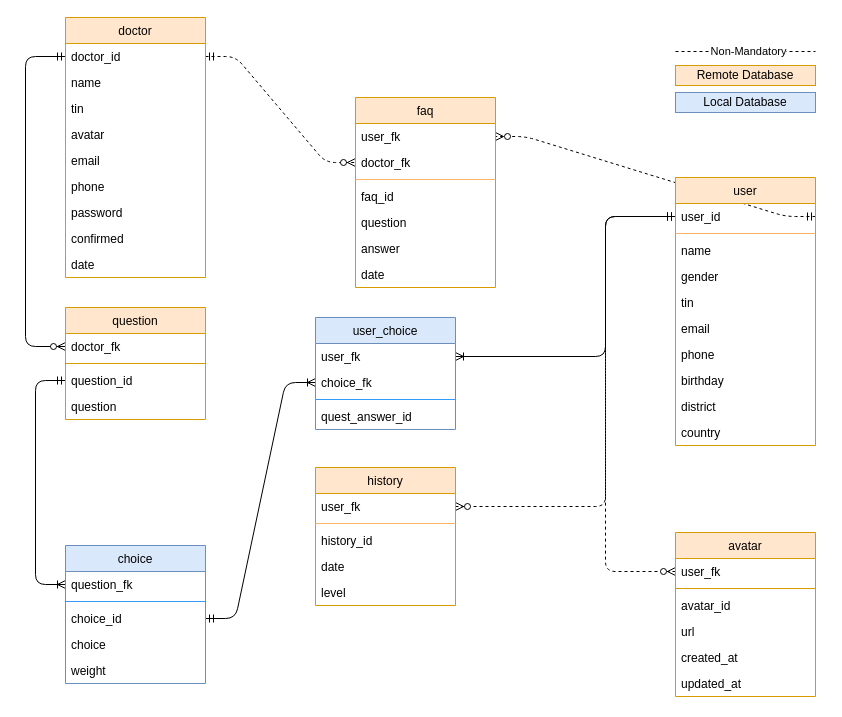
Above: page "er_model" (1 of 2) of documentation/draw.drawio in agostinhoramos/Testing_COVID_19 (draw.io), before the change. Source tidied: cells renumbered, new cells numbered last; positions are measured from the earlier drawing's top-left corner, leaving out a move shared by most shapes. Both pictures are drawn from the tidied source at 100%, with x=0, y=0 at pixel (25, 17).
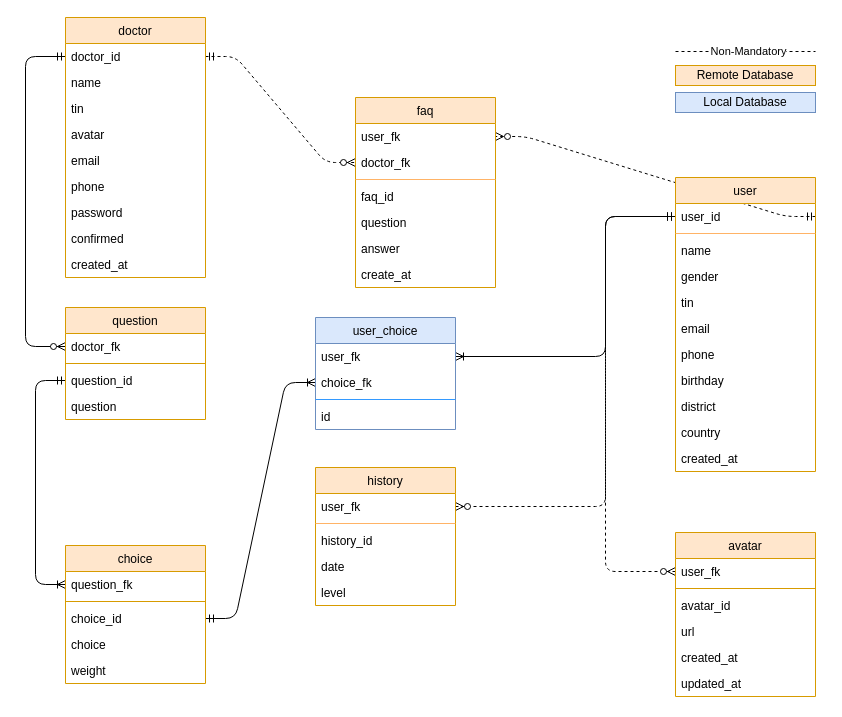
Above is the later version.

Unchanged cells that the change refers to:
```xml
<mxCell id="9" value="doctor" style="swimlane;fontStyle=0;horizontal=1;startSize=26;fillColor=#ffe6cc;strokeColor=#d79b00;" parent="1" vertex="1">
  <mxGeometry x="40" width="140" height="260" as="geometry" />
</mxCell>
<mxCell id="19" value="faq" style="swimlane;fontStyle=0;horizontal=1;startSize=26;fillColor=#ffe6cc;strokeColor=#d79b00;" parent="1" vertex="1">
  <mxGeometry x="330" y="80" width="140" height="190" as="geometry" />
</mxCell>
<mxCell id="33" value="user_choice" style="swimlane;fontStyle=0;horizontal=1;startSize=26;fillColor=#dae8fc;strokeColor=#6c8ebf;" parent="1" vertex="1">
  <mxGeometry x="290" y="300" width="140" height="112" as="geometry" />
</mxCell>
```

The edit, as a diff of the source:
```diff
@@
-    <mxCell id="18" value="date" style="text;strokeColor=none;fillColor=none;align=left;verticalAlign=top;spacingLeft=4;spacingRight=4;overflow=hidden;" parent="9" vertex="1">
+    <mxCell id="18" value="created_at" style="text;strokeColor=none;fillColor=none;align=left;verticalAlign=top;spacingLeft=4;spacingRight=4;overflow=hidden;" parent="9" vertex="1">
       <mxGeometry y="234" width="140" height="26" as="geometry" />
     </mxCell>
@@
-    <mxCell id="26" value="date" style="text;strokeColor=none;fillColor=none;align=left;verticalAlign=top;spacingLeft=4;spacingRight=4;overflow=hidden;" parent="19" vertex="1">
+    <mxCell id="26" value="create_at" style="text;strokeColor=none;fillColor=none;align=left;verticalAlign=top;spacingLeft=4;spacingRight=4;overflow=hidden;" parent="19" vertex="1">
       <mxGeometry y="164" width="140" height="26" as="geometry" />
     </mxCell>
-    <mxCell id="27" value="choice" style="swimlane;fontStyle=0;horizontal=1;startSize=26;fillColor=#dae8fc;strokeColor=#6c8ebf;" parent="1" vertex="1">
+    <mxCell id="27" value="choice" style="swimlane;fontStyle=0;horizontal=1;startSize=26;fillColor=#ffe6cc;strokeColor=#d79b00;" parent="1" vertex="1">
       <mxGeometry x="40" y="528" width="140" height="138" as="geometry" />
     </mxCell>
@@
-    <mxCell id="29" style="line;strokeWidth=1;fillColor=none;align=left;verticalAlign=middle;spacingTop=-1;spacingLeft=3;spacingRight=3;labelPosition=right;fontSize=12;strokeColor=#3399FF;" parent="27" vertex="1">
+    <mxCell id="29" style="line;strokeWidth=1;fillColor=#ffe6cc;align=left;verticalAlign=middle;spacingTop=-1;spacingLeft=3;spacingRight=3;labelPosition=right;fontSize=12;strokeColor=#d79b00;" parent="27" vertex="1">
       <mxGeometry y="52" width="140" height="8" as="geometry" />
     </mxCell>
@@
-    <mxCell id="37" value="quest_answer_id" style="text;strokeColor=none;fillColor=none;align=left;verticalAlign=top;spacingLeft=4;spacingRight=4;overflow=hidden;" parent="33" vertex="1">
+    <mxCell id="37" value="id" style="text;strokeColor=none;fillColor=none;align=left;verticalAlign=top;spacingLeft=4;spacingRight=4;overflow=hidden;" parent="33" vertex="1">
       <mxGeometry y="86" width="140" height="26" as="geometry" />
     </mxCell>
@@
     <mxCell id="53" value="user" style="swimlane;fontStyle=0;horizontal=1;startSize=26;fillColor=#ffe6cc;strokeColor=#d79b00;" parent="1" vertex="1">
-      <mxGeometry x="650" y="160" width="140" height="268" as="geometry" />
+      <mxGeometry x="650" y="160" width="140" height="294" as="geometry" />
     </mxCell>
@@
+    <mxCell id="72" value="created_at" style="text;strokeColor=none;fillColor=none;align=left;verticalAlign=top;spacingLeft=4;spacingRight=4;overflow=hidden;" parent="53" vertex="1">
+      <mxGeometry y="268" width="140" height="26" as="geometry" />
+    </mxCell>
```
